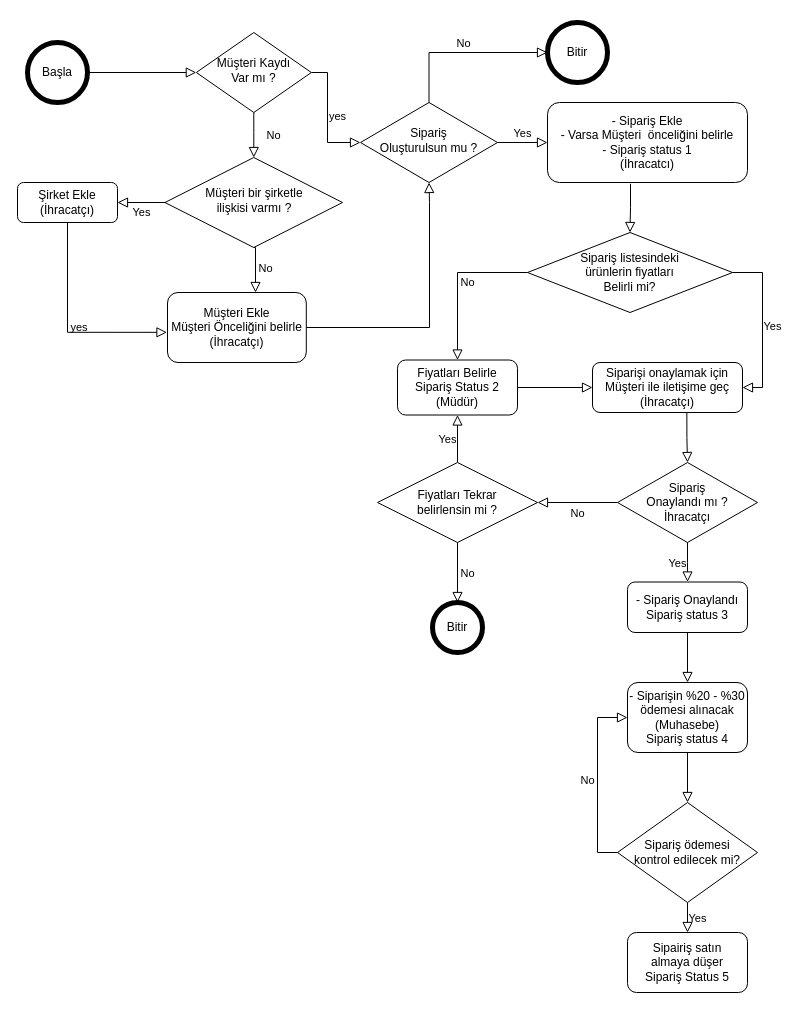
viacelal/diagram keeps this draw.io diagram as akisdiyagrami.drawio. Above is the earlier version. Source tidied: cells renumbered, new cells numbered last; positions are measured from the earlier drawing's top-left corner, leaving out a move shared by most shapes. Both pictures are drawn from the tidied source at 100%, with x=0, y=0 at pixel (17, 22).
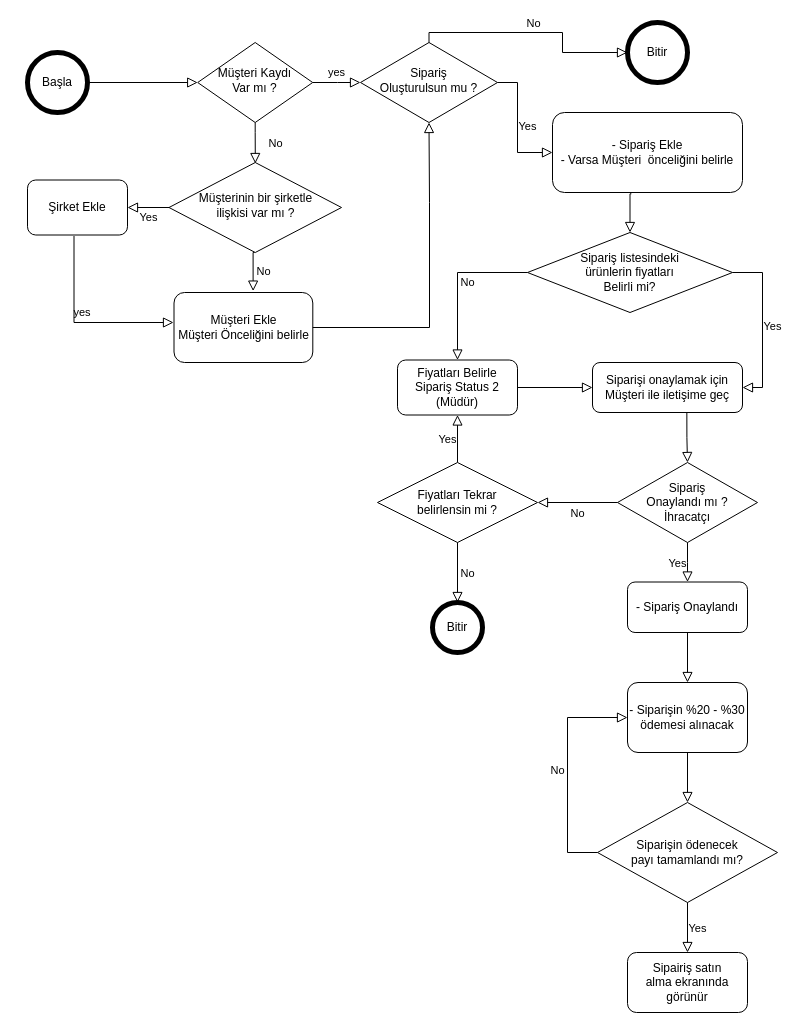
Above is the later version.

What changed in the source:
```diff
@@
     <mxCell id="3" value="yes" style="edgeStyle=orthogonalEdgeStyle;rounded=0;html=1;jettySize=auto;fontSize=11;endArrow=block;endFill=0;endSize=8;strokeWidth=1;shadow=0;labelBackgroundColor=none;exitX=1;exitY=0.5;exitDx=0;exitDy=0;entryX=0;entryY=0.5;entryDx=0;entryDy=0;align=center;" parent="1" edge="1" source="7" target="6">
       <mxGeometry y="10" relative="1" as="geometry">
         <Array as="points">
-          <mxPoint x="310" y="50" />
-          <mxPoint x="310" y="120" />
+          <mxPoint x="320" y="60" />
+          <mxPoint x="320" y="60" />
         </Array>
       </mxGeometry>
     </mxCell>
-    <mxCell id="4" value="Müşteri bir şirketle &lt;br&gt;ilişkisi varmı ?" style="rhombus;whiteSpace=wrap;html=1;shadow=0;fontFamily=Helvetica;fontSize=12;align=center;strokeWidth=1;spacing=6;spacingTop=-4;" parent="1" vertex="1">
-      <mxGeometry x="147.5" y="135" width="177.5" height="90" as="geometry" />
+    <mxCell id="4" value="Müşterinin bir şirketle &lt;br&gt;ilişkisi var mı ?" style="rhombus;whiteSpace=wrap;html=1;shadow=0;fontFamily=Helvetica;fontSize=12;align=center;strokeWidth=1;spacing=6;spacingTop=-4;" parent="1" vertex="1">
+      <mxGeometry x="151.5" y="140" width="172.5" height="90" as="geometry" />
     </mxCell>
-    <mxCell id="5" value="Müşteri Ekle&lt;br&gt;Müşteri Önceliğini belirle&lt;br&gt;(İhracatçı)" style="rounded=1;whiteSpace=wrap;html=1;fontSize=12;glass=0;strokeWidth=1;shadow=0;" parent="1" vertex="1">
-      <mxGeometry x="150" y="270" width="138.8" height="70" as="geometry" />
+    <mxCell id="5" value="Müşteri Ekle&lt;br&gt;Müşteri Önceliğini belirle" style="rounded=1;whiteSpace=wrap;html=1;fontSize=12;glass=0;strokeWidth=1;shadow=0;" parent="1" vertex="1">
+      <mxGeometry x="156.5" y="270" width="138.8" height="70" as="geometry" />
     </mxCell>
     <mxCell id="6" value="Sipariş &lt;br&gt;Oluşturulsun mu ?" style="rhombus;whiteSpace=wrap;html=1;shadow=0;fontFamily=Helvetica;fontSize=12;align=center;strokeWidth=1;spacing=6;spacingTop=-4;" parent="1" vertex="1">
-      <mxGeometry x="343" y="80" width="137" height="80" as="geometry" />
+      <mxGeometry x="343" y="20" width="137" height="80" as="geometry" />
     </mxCell>
     <mxCell id="7" value="Müşteri Kaydı&lt;br&gt; Var mı ?" style="rhombus;whiteSpace=wrap;html=1;shadow=0;fontFamily=Helvetica;fontSize=12;align=center;strokeWidth=1;spacing=6;spacingTop=-4;" parent="1" vertex="1">
-      <mxGeometry x="178.8" y="10" width="115" height="80" as="geometry" />
+      <mxGeometry x="180.2" y="20" width="115" height="80" as="geometry" />
     </mxCell>
     <mxCell id="8" value="Yes" style="edgeStyle=orthogonalEdgeStyle;rounded=0;html=1;jettySize=auto;fontSize=11;endArrow=block;endFill=0;endSize=8;strokeWidth=1;shadow=0;labelBackgroundColor=none;exitX=1;exitY=0.5;exitDx=0;exitDy=0;entryX=0;entryY=0.5;entryDx=0;entryDy=0;" parent="1" edge="1" source="6" target="9">
       <mxGeometry y="10" relative="1" as="geometry">
+        <Array as="points">
+          <mxPoint x="500" y="60" />
+          <mxPoint x="500" y="130" />
+        </Array>
         <mxPoint y="1" as="offset" />
       </mxGeometry>
     </mxCell>
-    <mxCell id="9" value="- Sipariş Ekle&lt;br&gt;- Varsa Müşteri&amp;nbsp; önceliğini belirle&lt;br&gt;- Sipariş status 1&lt;br&gt;(İhracatcı)" style="rounded=1;whiteSpace=wrap;html=1;fontSize=12;glass=0;strokeWidth=1;shadow=0;" parent="1" vertex="1">
-      <mxGeometry x="530" y="80" width="200" height="80" as="geometry" />
+    <mxCell id="9" value="- Sipariş Ekle&lt;br&gt;- Varsa Müşteri&amp;nbsp; önceliğini belirle" style="rounded=1;whiteSpace=wrap;html=1;fontSize=12;glass=0;strokeWidth=1;shadow=0;" parent="1" vertex="1">
+      <mxGeometry x="535" y="90" width="190" height="80" as="geometry" />
     </mxCell>
-    <mxCell id="10" value="No" style="rounded=0;html=1;jettySize=auto;fontSize=11;endArrow=block;endFill=0;endSize=8;strokeWidth=1;shadow=0;labelBackgroundColor=none;edgeStyle=orthogonalEdgeStyle;exitX=0.5;exitY=1;exitDx=0;exitDy=0;" parent="1" edge="1" source="7" target="4">
+    <mxCell id="10" value="No" style="rounded=0;html=1;jettySize=auto;fontSize=11;endArrow=block;endFill=0;endSize=8;strokeWidth=1;shadow=0;labelBackgroundColor=none;edgeStyle=orthogonalEdgeStyle;entryX=0.5;entryY=0;entryDx=0;entryDy=0;" parent="1" edge="1" source="7">
       <mxGeometry y="20" relative="1" as="geometry">
+        <mxPoint x="237.8" y="141" as="targetPoint" />
         <Array as="points">
-          <mxPoint x="236" y="110" />
-          <mxPoint x="236" y="110" />
+          <mxPoint x="238" y="110" />
+          <mxPoint x="238" y="110" />
         </Array>
       </mxGeometry>
     </mxCell>
@@
-    <mxCell id="13" value="Şirket Ekle&lt;br&gt;(İhracatçı)" style="rounded=1;whiteSpace=wrap;html=1;fontSize=12;glass=0;strokeWidth=1;shadow=0;" parent="1" vertex="1">
-      <mxGeometry y="160" width="100" height="40" as="geometry" />
+    <mxCell id="13" value="Şirket Ekle" style="rounded=1;whiteSpace=wrap;html=1;fontSize=12;glass=0;strokeWidth=1;shadow=0;" parent="1" vertex="1">
+      <mxGeometry x="10" y="157.5" width="100" height="55" as="geometry" />
     </mxCell>
-    <mxCell id="14" value="No" style="edgeStyle=orthogonalEdgeStyle;rounded=0;html=1;jettySize=auto;fontSize=11;endArrow=block;endFill=0;endSize=8;strokeWidth=1;shadow=0;labelBackgroundColor=none;entryX=0.634;entryY=0;entryDx=0;entryDy=0;entryPerimeter=0;exitX=0.5;exitY=1;exitDx=0;exitDy=0;" parent="1" edge="1" source="4" target="5">
+    <mxCell id="14" value="No" style="edgeStyle=orthogonalEdgeStyle;rounded=0;html=1;jettySize=auto;fontSize=11;endArrow=block;endFill=0;endSize=8;strokeWidth=1;shadow=0;labelBackgroundColor=none;entryX=0.57;entryY=-0.02;entryDx=0;entryDy=0;entryPerimeter=0;" parent="1" edge="1" target="5">
       <mxGeometry y="10" relative="1" as="geometry">
-        <Array as="points">
-          <mxPoint x="238" y="225" />
-        </Array>
+        <mxPoint x="237" y="230" as="sourcePoint" />
       </mxGeometry>
     </mxCell>
-    <mxCell id="15" value="&amp;nbsp;yes" style="edgeStyle=orthogonalEdgeStyle;rounded=0;html=1;jettySize=auto;fontSize=11;endArrow=block;endFill=0;endSize=8;strokeWidth=1;shadow=0;labelBackgroundColor=none;exitX=0.5;exitY=1;exitDx=0;exitDy=0;entryX=-0.004;entryY=0.569;entryDx=0;entryDy=0;entryPerimeter=0;" parent="1" edge="1" source="13" target="5">
+    <mxCell id="15" value="&amp;nbsp;yes" style="edgeStyle=orthogonalEdgeStyle;rounded=0;html=1;jettySize=auto;fontSize=11;endArrow=block;endFill=0;endSize=8;strokeWidth=1;shadow=0;labelBackgroundColor=none;exitX=0.465;exitY=1.018;exitDx=0;exitDy=0;exitPerimeter=0;" parent="1" edge="1" source="13">
       <mxGeometry y="10" relative="1" as="geometry">
+        <mxPoint x="156" y="300" as="targetPoint" />
         <Array as="points">
-          <mxPoint x="50" y="310" />
+          <mxPoint x="57" y="300" />
         </Array>
       </mxGeometry>
     </mxCell>
@@
     <mxCell id="26" value="Başla" style="ellipse;whiteSpace=wrap;html=1;strokeWidth=5;" parent="1" vertex="1">
-      <mxGeometry x="10" y="20" width="60" height="60" as="geometry" />
+      <mxGeometry x="10" y="30" width="60" height="60" as="geometry" />
     </mxCell>
     <mxCell id="27" value="Bitir" style="ellipse;whiteSpace=wrap;html=1;strokeWidth=5;" parent="1" vertex="1">
-      <mxGeometry x="530" width="60" height="60" as="geometry" />
+      <mxGeometry x="610" width="60" height="60" as="geometry" />
     </mxCell>
     <mxCell id="28" value="No" style="edgeStyle=orthogonalEdgeStyle;rounded=0;html=1;jettySize=auto;fontSize=11;endArrow=block;endFill=0;endSize=8;strokeWidth=1;shadow=0;labelBackgroundColor=none;entryX=0;entryY=0.5;entryDx=0;entryDy=0;exitX=0.5;exitY=0;exitDx=0;exitDy=0;" parent="1" edge="1" source="6" target="27">
       <mxGeometry y="10" relative="1" as="geometry">
+        <Array as="points">
+          <mxPoint x="412" y="10" />
+          <mxPoint x="545" y="10" />
+          <mxPoint x="545" y="30" />
+        </Array>
         <mxPoint y="1" as="offset" />
       </mxGeometry>
     </mxCell>
@@
-    <mxCell id="32" value="Siparişi onaylamak için Müşteri ile iletişime geç&lt;br&gt;(İhracatçı)" style="rounded=1;whiteSpace=wrap;html=1;fontSize=12;glass=0;strokeWidth=1;shadow=0;" parent="1" vertex="1">
+    <mxCell id="32" value="Siparişi onaylamak için Müşteri ile iletişime geç" style="rounded=1;whiteSpace=wrap;html=1;fontSize=12;glass=0;strokeWidth=1;shadow=0;" parent="1" vertex="1">
       <mxGeometry x="575" y="340" width="150" height="50" as="geometry" />
     </mxCell>
@@
-    <mxCell id="34" value="- Siparişin %20 - %30 ödemesi alınacak&lt;br&gt;(Muhasebe)&lt;br&gt;Sipariş status 4" style="rounded=1;whiteSpace=wrap;html=1;fontSize=12;glass=0;strokeWidth=1;shadow=0;" parent="1" vertex="1">
+    <mxCell id="34" value="- Siparişin %20 - %30 ödemesi alınacak" style="rounded=1;whiteSpace=wrap;html=1;fontSize=12;glass=0;strokeWidth=1;shadow=0;" parent="1" vertex="1">
       <mxGeometry x="610" y="660" width="120" height="70" as="geometry" />
     </mxCell>
-    <mxCell id="35" value="Sipariş ödemesi &lt;br&gt;kontrol edilecek mi?" style="rhombus;whiteSpace=wrap;html=1;" parent="1" vertex="1">
-      <mxGeometry x="600" y="780" width="140" height="100" as="geometry" />
+    <mxCell id="35" value="Siparişin ödenecek &lt;br&gt;payı tamamlandı mı?" style="rhombus;whiteSpace=wrap;html=1;" parent="1" vertex="1">
+      <mxGeometry x="580" y="780" width="180" height="100" as="geometry" />
     </mxCell>
@@
     <mxCell id="37" value="No" style="edgeStyle=orthogonalEdgeStyle;rounded=0;html=1;jettySize=auto;fontSize=11;endArrow=block;endFill=0;endSize=8;strokeWidth=1;shadow=0;labelBackgroundColor=none;exitX=0;exitY=0.5;exitDx=0;exitDy=0;entryX=0;entryY=0.5;entryDx=0;entryDy=0;" parent="1" edge="1" source="35" target="34">
       <mxGeometry y="10" relative="1" as="geometry">
+        <Array as="points">
+          <mxPoint x="550" y="830" />
+          <mxPoint x="550" y="695" />
+        </Array>
         <mxPoint y="1" as="offset" />
       </mxGeometry>
     </mxCell>
@@
-    <mxCell id="39" value="Sipairiş satın &lt;br&gt;almaya düşer&lt;br&gt;Sipariş Status 5" style="rounded=1;whiteSpace=wrap;html=1;fontSize=12;glass=0;strokeWidth=1;shadow=0;" parent="1" vertex="1">
-      <mxGeometry x="610" y="910" width="120" height="60" as="geometry" />
+    <mxCell id="39" value="Sipairiş satın &lt;br&gt;alma ekranında görünür" style="rounded=1;whiteSpace=wrap;html=1;fontSize=12;glass=0;strokeWidth=1;shadow=0;" parent="1" vertex="1">
+      <mxGeometry x="610" y="930" width="120" height="60" as="geometry" />
     </mxCell>
-    <mxCell id="40" value="- Sipariş Onaylandı&lt;br&gt;Sipariş status 3" style="rounded=1;whiteSpace=wrap;html=1;fontSize=12;glass=0;strokeWidth=1;shadow=0;" parent="1" vertex="1">
+    <mxCell id="40" value="- Sipariş Onaylandı" style="rounded=1;whiteSpace=wrap;html=1;fontSize=12;glass=0;strokeWidth=1;shadow=0;" parent="1" vertex="1">
       <mxGeometry x="610" y="559.5" width="120" height="50.5" as="geometry" />
     </mxCell>
```
